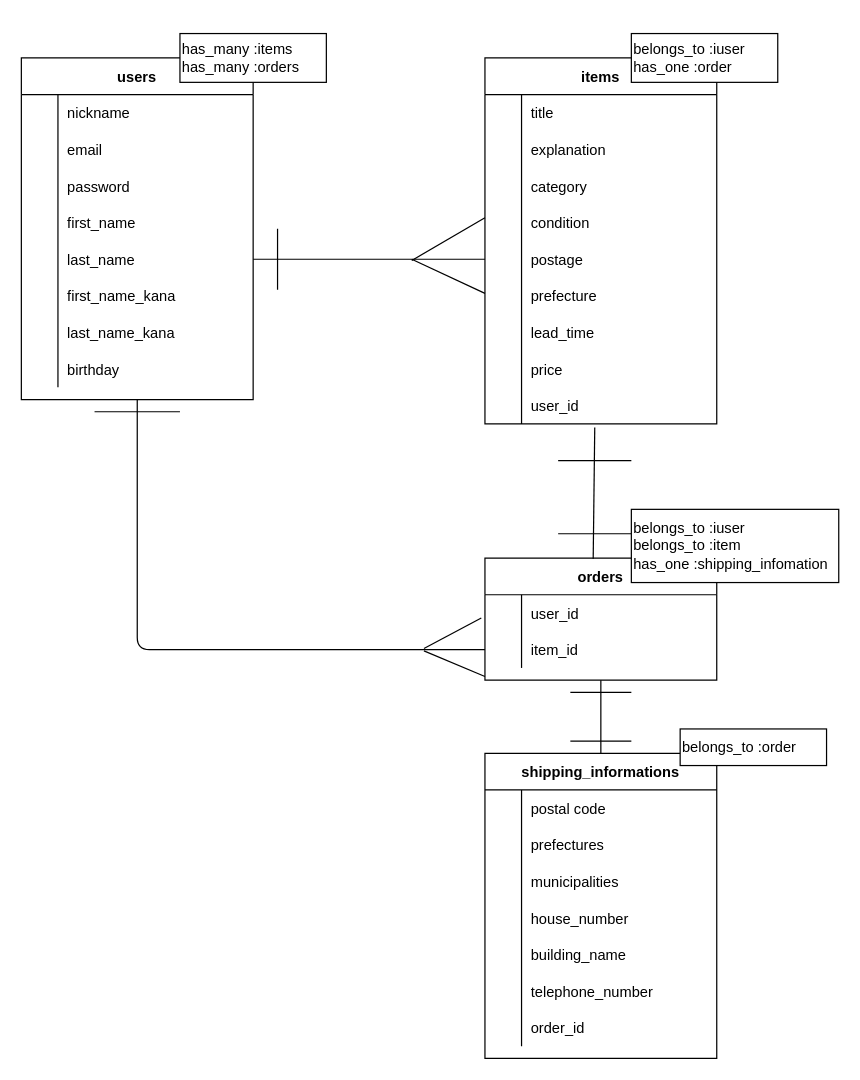
daisuke1418/furima-35797 keeps this draw.io diagram as フリマER.dio. Above is the earlier version. Source tidied: cells renumbered, new cells numbered last; positions are measured from the earlier drawing's top-left corner, leaving out a move shared by most shapes. Both pictures are drawn from the tidied source at 122%, with x=0, y=0 at pixel (21, 33).
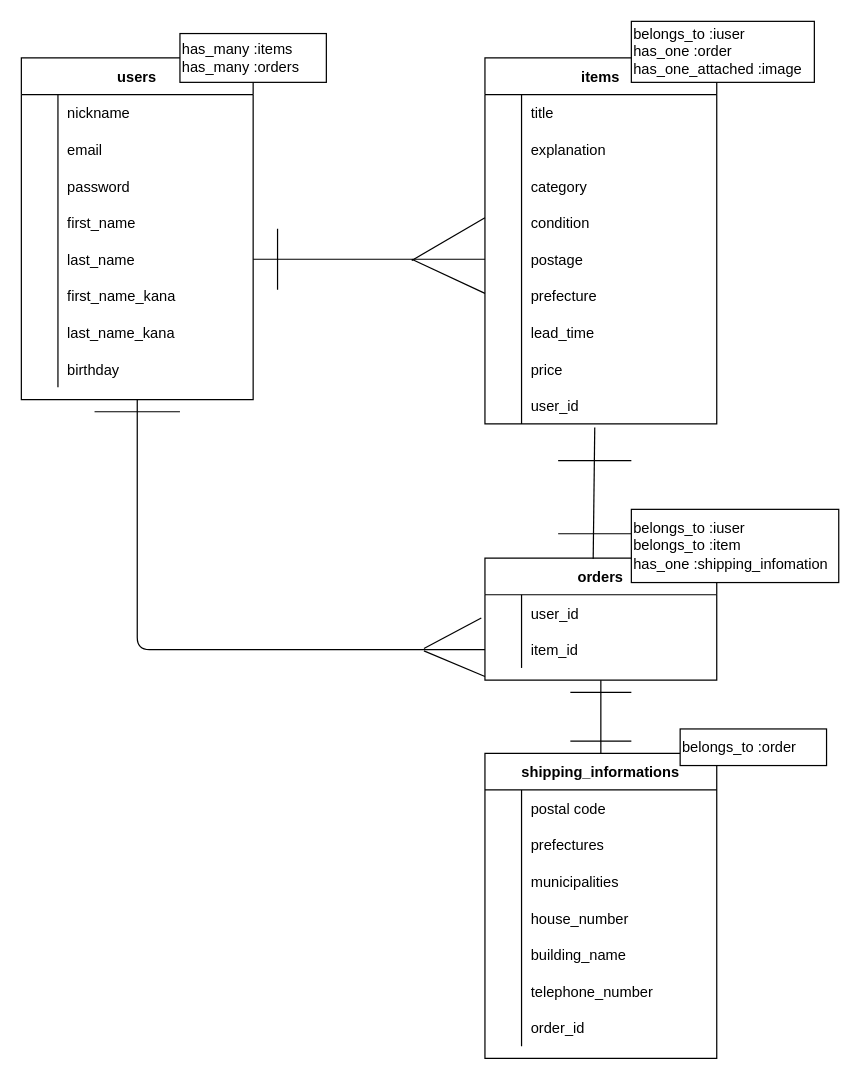
Above is the later version.

What changed in the source:
```diff
@@
-    <mxCell id="74" value="belongs_to :iuser&lt;br&gt;has_one :order" style="rounded=0;whiteSpace=wrap;html=1;align=left;" parent="1" vertex="1">
-      <mxGeometry x="500" width="120" height="40" as="geometry" />
+    <mxCell id="74" value="belongs_to :iuser&lt;br&gt;has_one :order&lt;br&gt;has_one_attached :image" style="rounded=0;whiteSpace=wrap;html=1;align=left;" parent="1" vertex="1">
+      <mxGeometry x="500" y="-10" width="150" height="50" as="geometry" />
     </mxCell>
```
